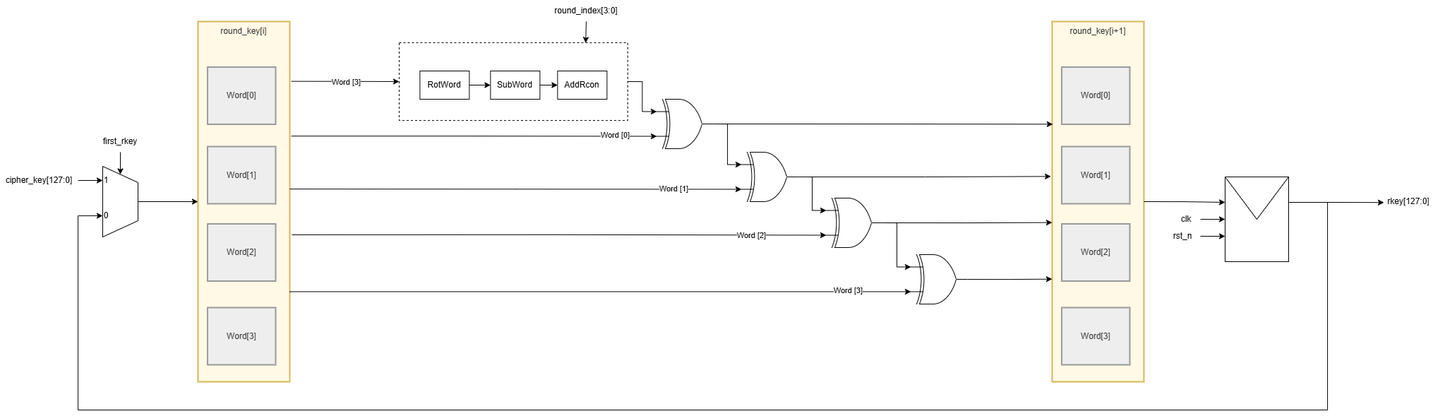
Earlier version of the draw.io export KeyExpansion/media/AESKeyExpansionLowDes.png (LQLManZz/AES128-Verilog). Source tidied: cells renumbered, new cells last; positions are measured from the earlier drawing's top-left corner, leaving out a move shared by most shapes.
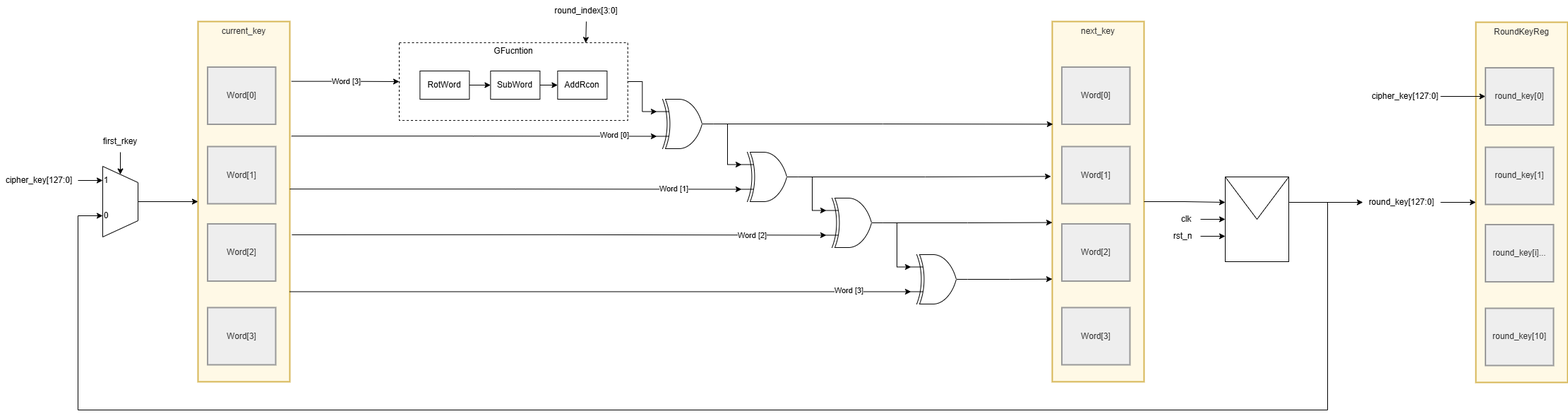
Later version of the same file.

What changed in the source:
```diff
@@ -32,6 +32,9 @@
     <mxCell id="11" value="AddRcon" style="whiteSpace=wrap;html=1;" parent="4" vertex="1">
       <mxGeometry x="224.4" y="40" width="70" height="40" as="geometry" />
     </mxCell>
+    <mxCell id="64" value="GFucntion" style="text;html=1;whiteSpace=wrap;strokeColor=none;fillColor=none;align=center;verticalAlign=middle;rounded=0;" parent="4" vertex="1">
+      <mxGeometry x="126.9" y="-3.2" width="70" height="30" as="geometry" />
+    </mxCell>
     <mxCell id="12" style="edgeStyle=orthogonalEdgeStyle;rounded=0;jettySize=auto;html=1;exitX=1;exitY=0.5;exitDx=0;exitDy=0;entryX=0;entryY=0.25;entryDx=0;entryDy=0;entryPerimeter=0;" parent="1" edge="1" source="6" target="3">
       <mxGeometry relative="1" as="geometry" />
     </mxCell>
@@ -53,7 +56,7 @@
     <mxCell id="18" style="group;" parent="1" vertex="1">
       <mxGeometry x="1490" y="30" width="130" height="510" as="geometry" />
     </mxCell>
-    <mxCell id="19" value="round_key[i+1]" style="whiteSpace=wrap;strokeWidth=2;verticalAlign=top;fillColor=#fff9e6;strokeColor=#d6b656;fontColor=light-dark(#333333,#cccccc);" parent="18" vertex="1">
+    <mxCell id="19" value="next_key" style="whiteSpace=wrap;strokeWidth=2;verticalAlign=top;fillColor=#fff9e6;strokeColor=#d6b656;fontColor=light-dark(#333333,#cccccc);" parent="18" vertex="1">
       <mxGeometry width="130" height="510" as="geometry" />
     </mxCell>
     <mxCell id="20" value="Word[0]" style="whiteSpace=wrap;strokeWidth=2;fillColor=light-dark(#eeeeee,#1f2020);strokeColor=light-dark(#999999,#cccccc);fontColor=light-dark(#333333,#cccccc);" parent="18" vertex="1">
@@ -71,11 +74,6 @@
     <mxCell id="24" style="group;" parent="1" vertex="1">
       <mxGeometry x="1650" y="250" width="175" height="120" as="geometry" />
     </mxCell>
-    <mxCell id="25" style="edgeStyle=orthogonalEdgeStyle;rounded=0;jettySize=auto;html=1;exitX=1;exitY=0.3;exitDx=0;exitDy=0;" parent="24" edge="1" source="26">
-      <mxGeometry relative="1" as="geometry">
-        <mxPoint x="310" y="36.3" as="targetPoint" />
-      </mxGeometry>
-    </mxCell>
     <mxCell id="26" style="shape=message;html=1;html=1;outlineConnect=0;labelPosition=center;verticalLabelPosition=bottom;align=center;verticalAlign=top;" parent="24" vertex="1">
       <mxGeometry x="85" width="90" height="120" as="geometry" />
     </mxCell>
@@ -97,7 +95,7 @@
     <mxCell id="32" style="group;" parent="1" vertex="1">
       <mxGeometry x="280" y="30" width="130" height="510" as="geometry" />
     </mxCell>
-    <mxCell id="33" value="round_key[i]" style="whiteSpace=wrap;strokeWidth=2;verticalAlign=top;fillColor=#fff9e6;strokeColor=#d6b656;fontColor=light-dark(#333333,#cccccc);" parent="32" vertex="1">
+    <mxCell id="33" value="current_key" style="whiteSpace=wrap;strokeWidth=2;verticalAlign=top;fillColor=#fff9e6;strokeColor=#d6b656;fontColor=light-dark(#333333,#cccccc);" parent="32" vertex="1">
       <mxGeometry width="130" height="510" as="geometry" />
     </mxCell>
     <mxCell id="34" value="Word[0]" style="whiteSpace=wrap;strokeWidth=2;fillColor=light-dark(#eeeeee,#1f2020);strokeColor=light-dark(#999999,#cccccc);fontColor=light-dark(#333333,#cccccc);" parent="32" vertex="1">
@@ -173,15 +171,6 @@
         </Array>
       </mxGeometry>
     </mxCell>
-    <mxCell id="54" style="verticalLabelPosition=middle;verticalAlign=middle;html=1;shape=trapezoid;perimeter=trapezoidPerimeter;whiteSpace=wrap;size=0.23;arcSize=10;flipV=1;labelPosition=center;align=center;legacyAnchorPoints=0;rotation=-90;" parent="1" vertex="1">
-      <mxGeometry x="120" y="260" width="100" height="50" as="geometry" />
-    </mxCell>
-    <mxCell id="55" value="1" style="text;html=1;whiteSpace=wrap;strokeColor=none;fillColor=none;align=center;verticalAlign=middle;rounded=0;" parent="1" vertex="1">
-      <mxGeometry x="145" y="245" width="10" height="20" as="geometry" />
-    </mxCell>
-    <mxCell id="56" value="0" style="text;html=1;whiteSpace=wrap;strokeColor=none;fillColor=none;align=center;verticalAlign=middle;rounded=0;" parent="1" vertex="1">
-      <mxGeometry x="145" y="295" width="10" height="20" as="geometry" />
-    </mxCell>
     <mxCell id="57" style="edgeStyle=orthogonalEdgeStyle;rounded=0;jettySize=auto;html=1;exitX=1;exitY=0.5;exitDx=0;exitDy=0;entryX=0;entryY=0.5;entryDx=0;entryDy=0;" parent="1" edge="1" source="58" target="55">
       <mxGeometry relative="1" as="geometry" />
     </mxCell>
@@ -200,8 +189,50 @@
     <mxCell id="62" style="edgeStyle=orthogonalEdgeStyle;rounded=0;jettySize=auto;html=1;exitX=0.5;exitY=1;exitDx=0;exitDy=0;entryX=0.816;entryY=0.003;entryDx=0;entryDy=0;entryPerimeter=0;" parent="1" edge="1" source="61" target="6">
       <mxGeometry relative="1" as="geometry" />
     </mxCell>
+    <mxCell id="65" style="group;" parent="1" vertex="1">
+      <mxGeometry x="2090" y="31" width="130" height="510" as="geometry" />
+    </mxCell>
+    <mxCell id="66" value="RoundKeyReg" style="whiteSpace=wrap;strokeWidth=2;verticalAlign=top;fillColor=#fff9e6;strokeColor=#d6b656;fontColor=light-dark(#333333,#cccccc);" parent="65" vertex="1">
+      <mxGeometry width="130" height="510" as="geometry" />
+    </mxCell>
+    <mxCell id="67" value="round_key[0]" style="whiteSpace=wrap;strokeWidth=2;fillColor=light-dark(#eeeeee,#1f2020);strokeColor=light-dark(#999999,#cccccc);fontColor=light-dark(#333333,#cccccc);" parent="65" vertex="1">
+      <mxGeometry x="13.5" y="64.5" width="96.5" height="81" as="geometry" />
+    </mxCell>
+    <mxCell id="68" value="round_key[1]" style="whiteSpace=wrap;strokeWidth=2;fillColor=light-dark(#eeeeee,#1f2020);strokeColor=light-dark(#999999,#cccccc);fontColor=light-dark(#333333,#cccccc);" parent="65" vertex="1">
+      <mxGeometry x="13.5" y="177" width="96.5" height="81" as="geometry" />
+    </mxCell>
+    <mxCell id="69" value="round_key[i]..." style="whiteSpace=wrap;strokeWidth=2;fillColor=light-dark(#eeeeee,#1f2020);strokeColor=light-dark(#999999,#cccccc);fontColor=light-dark(#333333,#cccccc);" parent="65" vertex="1">
+      <mxGeometry x="13.5" y="286.5" width="96.5" height="81" as="geometry" />
+    </mxCell>
+    <mxCell id="70" value="round_key[10]" style="whiteSpace=wrap;strokeWidth=2;fillColor=light-dark(#eeeeee,#1f2020);strokeColor=light-dark(#999999,#cccccc);fontColor=light-dark(#333333,#cccccc);" parent="65" vertex="1">
+      <mxGeometry x="13.5" y="405" width="96.5" height="81" as="geometry" />
+    </mxCell>
+    <mxCell id="71" style="edgeStyle=orthogonalEdgeStyle;rounded=0;jettySize=auto;html=1;exitX=1;exitY=0.3;exitDx=0;exitDy=0;entryX=0;entryY=0.5;entryDx=0;entryDy=0;" parent="1" edge="1" source="26" target="63">
+      <mxGeometry relative="1" as="geometry" />
+    </mxCell>
+    <mxCell id="72" style="edgeStyle=orthogonalEdgeStyle;rounded=0;jettySize=auto;html=1;exitX=1;exitY=0.5;exitDx=0;exitDy=0;entryX=0;entryY=0.5;entryDx=0;entryDy=0;" parent="1" edge="1" source="63" target="66">
+      <mxGeometry relative="1" as="geometry" />
+    </mxCell>
-    <mxCell id="63" value="rkey[127:0]" style="text;html=1;whiteSpace=wrap;strokeColor=none;fillColor=none;align=center;verticalAlign=middle;rounded=0;" parent="1" vertex="1">
-      <mxGeometry x="1960" y="270" width="70" height="30" as="geometry" />
+    <mxCell id="63" value="round_key[127:0]" style="text;html=1;whiteSpace=wrap;strokeColor=none;fillColor=none;align=center;verticalAlign=middle;rounded=0;" parent="1" vertex="1">
+      <mxGeometry x="1930" y="271" width="110" height="30" as="geometry" />
     </mxCell>
+    <mxCell id="73" style="edgeStyle=orthogonalEdgeStyle;rounded=0;jettySize=auto;html=1;exitX=1;exitY=0.5;exitDx=0;exitDy=0;entryX=0;entryY=0.5;entryDx=0;entryDy=0;" parent="1" edge="1" source="74" target="67">
+      <mxGeometry relative="1" as="geometry" />
+    </mxCell>
+    <mxCell id="74" value="cipher_key[127:0]" style="text;html=1;whiteSpace=wrap;strokeColor=none;fillColor=none;align=center;verticalAlign=middle;rounded=0;" parent="1" vertex="1">
+      <mxGeometry x="1940" y="121" width="100" height="30" as="geometry" />
+    </mxCell>
+    <mxCell id="75" style="group;" parent="1" vertex="1">
+      <mxGeometry x="120" y="245" width="100" height="70" as="geometry" />
+    </mxCell>
+    <mxCell id="54" style="verticalLabelPosition=middle;verticalAlign=middle;html=1;shape=trapezoid;perimeter=trapezoidPerimeter;whiteSpace=wrap;size=0.23;arcSize=10;flipV=1;labelPosition=center;align=center;legacyAnchorPoints=0;rotation=-90;" parent="75" vertex="1">
+      <mxGeometry y="15" width="100" height="50" as="geometry" />
+    </mxCell>
+    <mxCell id="55" value="1" style="text;html=1;whiteSpace=wrap;strokeColor=none;fillColor=none;align=center;verticalAlign=middle;rounded=0;" parent="75" vertex="1">
+      <mxGeometry x="25" width="10" height="20" as="geometry" />
+    </mxCell>
+    <mxCell id="56" value="0" style="text;html=1;whiteSpace=wrap;strokeColor=none;fillColor=none;align=center;verticalAlign=middle;rounded=0;" parent="75" vertex="1">
+      <mxGeometry x="25" y="50" width="10" height="20" as="geometry" />
+    </mxCell>
   </root>
 </mxGraphModel>
```
